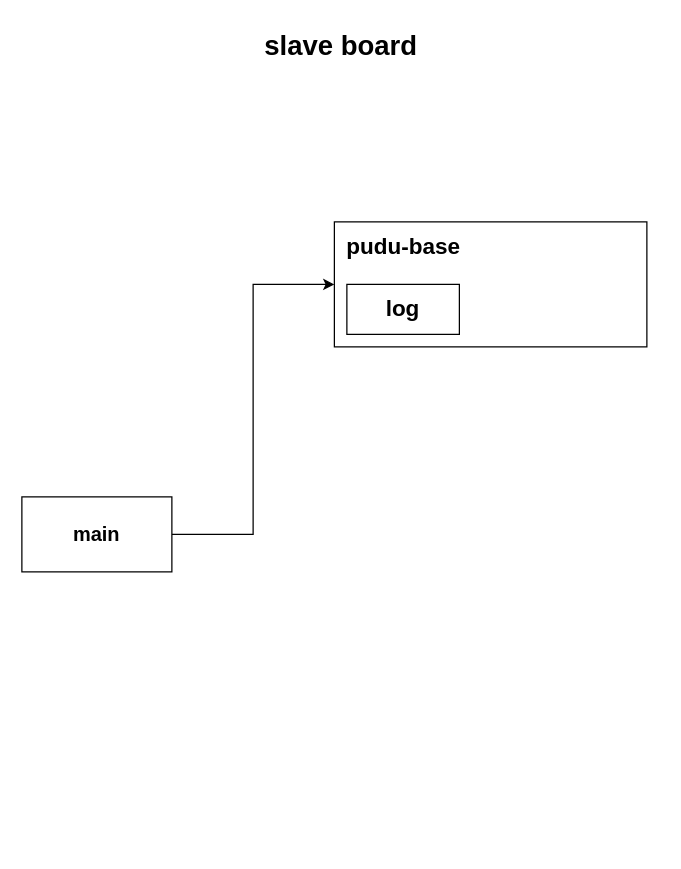
Jev0987/drawioFile keeps this draw.io diagram as rosX.drawio. Above is the earlier version. Source tidied: cells renumbered, new cells numbered last; positions are measured from the earlier drawing's top-left corner, leaving out a move shared by most shapes. Both pictures are drawn from the tidied source at 125%, with x=0, y=0 at pixel (21, 21).
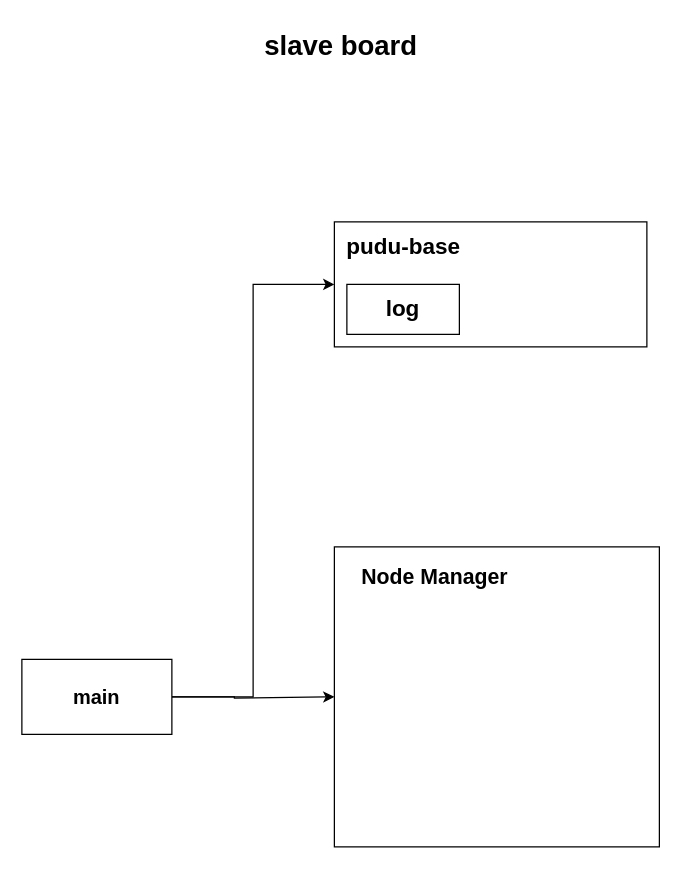
The same diagram, later.

What changed in the source:
```diff
@@
 <mxGraphModel>
   <root>
     <mxCell id="0" />
     <mxCell id="1" parent="0" />
     <mxCell id="2" style="edgeStyle=orthogonalEdgeStyle;rounded=0;jettySize=auto;html=1;exitX=1;exitY=0.5;exitDx=0;exitDy=0;entryX=0;entryY=0.5;entryDx=0;entryDy=0;" parent="1" edge="1" source="3" target="5">
       <mxGeometry relative="1" as="geometry" />
     </mxCell>
+    <mxCell id="8" style="edgeStyle=orthogonalEdgeStyle;rounded=0;jettySize=auto;html=1;entryX=0;entryY=0.5;entryDx=0;entryDy=0;" parent="1" edge="1" source="3" target="9">
+      <mxGeometry relative="1" as="geometry">
+        <Array as="points">
+          <mxPoint x="170" y="540" />
+          <mxPoint x="170" y="541" />
+          <mxPoint x="250" y="541" />
+        </Array>
+      </mxGeometry>
+    </mxCell>
     <mxCell id="3" value="&lt;b&gt;main&lt;/b&gt;" style="whiteSpace=wrap;html=1;fontSize=16;" parent="1" vertex="1">
-      <mxGeometry y="380" width="120" height="60" as="geometry" />
+      <mxGeometry y="510" width="120" height="60" as="geometry" />
     </mxCell>
     <mxCell id="4" value="&lt;b&gt;slave board&lt;/b&gt;" style="text;html=1;align=center;verticalAlign=middle;strokeColor=none;fillColor=none;fontSize=22;" parent="1" vertex="1">
       <mxGeometry x="180" width="150" height="40" as="geometry" />
     </mxCell>
     <mxCell id="5" style="whiteSpace=wrap;html=1;fontSize=16;" parent="1" vertex="1">
       <mxGeometry x="250" y="160" width="250" height="100" as="geometry" />
     </mxCell>
     <mxCell id="6" value="&lt;b&gt;pudu-base&lt;/b&gt;" style="text;html=1;align=center;verticalAlign=middle;strokeColor=none;fillColor=none;fontSize=18;" parent="1" vertex="1">
       <mxGeometry x="250" y="160" width="110" height="40" as="geometry" />
     </mxCell>
     <mxCell id="7" value="&lt;b&gt;log&lt;/b&gt;" style="whiteSpace=wrap;html=1;fontSize=18;" parent="1" vertex="1">
       <mxGeometry x="260" y="210" width="90" height="40" as="geometry" />
     </mxCell>
+    <mxCell id="9" style="whiteSpace=wrap;html=1;" parent="1" vertex="1">
+      <mxGeometry x="250" y="420" width="260" height="240" as="geometry" />
+    </mxCell>
+    <mxCell id="10" value="&lt;b&gt;Node Manager&lt;/b&gt;" style="text;html=1;align=center;verticalAlign=middle;strokeColor=none;fillColor=none;fontSize=17;" parent="1" vertex="1">
+      <mxGeometry x="260" y="430" width="140" height="30" as="geometry" />
+    </mxCell>
   </root>
 </mxGraphModel>
```
